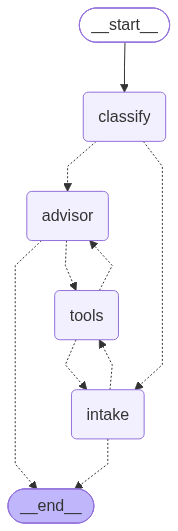
Earlier version of the Mermaid export docs/agent_graph.png (Sefayet-Alam/UNKNOWNS_AgriSense). Its source is kept beside it as docs/agent_graph.mmd.
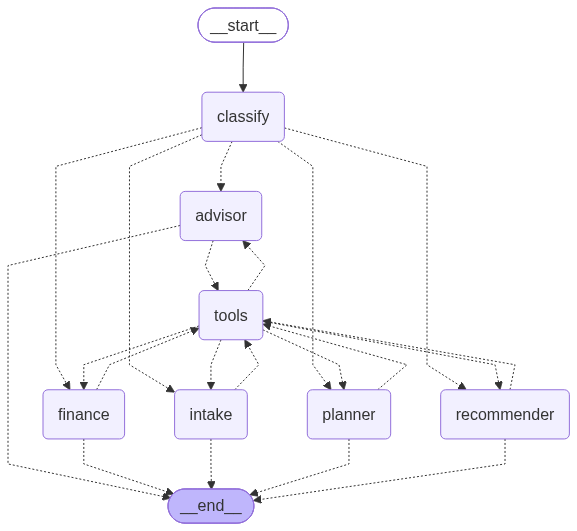
The same diagram one commit later.

Commit message:
docs: regenerate agent graph render (6 nodes: + planner, finance)

Change to the diagram source:
```diff
@@ -8,17 +8,32 @@
 	classify(classify)
 	intake(intake)
 	advisor(advisor)
+	recommender(recommender)
+	planner(planner)
+	finance(finance)
 	tools(tools)
 	__end__([<p>__end__</p>]):::last
 	__start__ --> classify;
 	advisor -.-> __end__;
 	advisor -.-> tools;
 	classify -.-> advisor;
+	classify -.-> finance;
 	classify -.-> intake;
+	classify -.-> planner;
+	classify -.-> recommender;
+	finance -.-> __end__;
+	finance -.-> tools;
 	intake -.-> __end__;
 	intake -.-> tools;
+	planner -.-> __end__;
+	planner -.-> tools;
+	recommender -.-> __end__;
+	recommender -.-> tools;
 	tools -.-> advisor;
+	tools -.-> finance;
 	tools -.-> intake;
+	tools -.-> planner;
+	tools -.-> recommender;
 	classDef default fill:#f2f0ff,line-height:1.2
 	classDef first fill-opacity:0
 	classDef last fill:#bfb6fc
```
